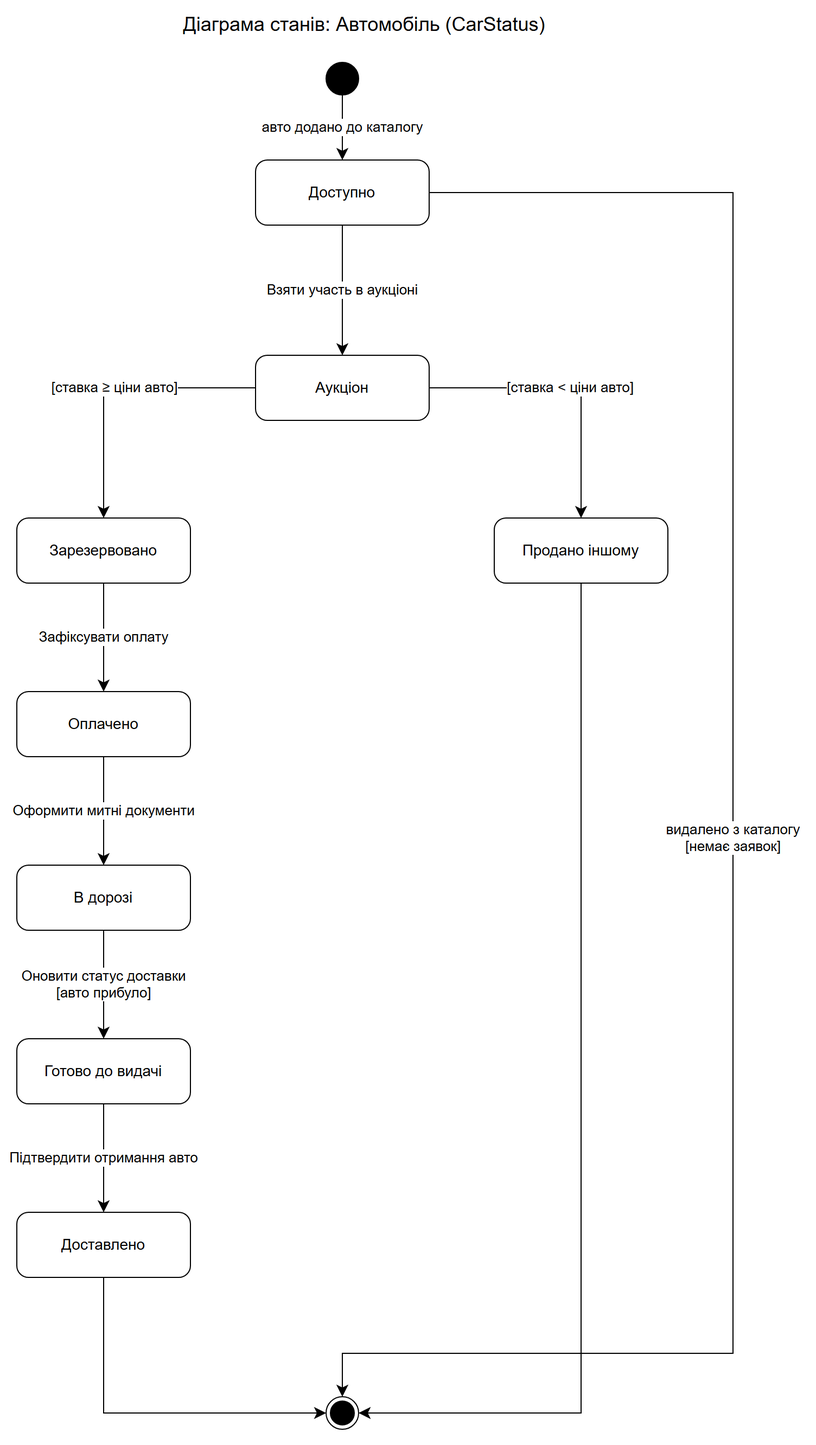
The draw.io diagram docs/diagrams/OOP4.drawio.png in timstt/car-shipping-system, before a commit. Source tidied: cells renumbered, new cells last; positions are measured from the earlier drawing's top-left corner, leaving out a move shared by most shapes. The source it was exported from:
```xml
<mxGraphModel>
  <root>
    <mxCell id="0" />
    <mxCell id="1" parent="0" />
    <mxCell id="2" value="Діаграма станів: Автомобіль (CarStatus)" style="text;html=1;align=center;verticalAlign=middle;fontSize=18;" parent="1" vertex="1">
      <mxGeometry x="60" width="520" height="30" as="geometry" />
    </mxCell>
    <mxCell id="3" style="ellipse;html=1;fillColor=#000000;strokeColor=#000000;" parent="1" vertex="1">
      <mxGeometry x="285" y="50" width="30" height="30" as="geometry" />
    </mxCell>
    <mxCell id="4" value="Доступно" style="rounded=1;whiteSpace=wrap;html=1;fontSize=14;arcSize=18;" parent="1" vertex="1">
      <mxGeometry x="220" y="140" width="160" height="60" as="geometry" />
    </mxCell>
    <mxCell id="5" value="Аукціон" style="rounded=1;whiteSpace=wrap;html=1;fontSize=14;arcSize=18;" parent="1" vertex="1">
      <mxGeometry x="220" y="320" width="160" height="60" as="geometry" />
    </mxCell>
    <mxCell id="6" value="Зарезервовано" style="rounded=1;whiteSpace=wrap;html=1;fontSize=14;arcSize=18;" parent="1" vertex="1">
      <mxGeometry y="470" width="160" height="60" as="geometry" />
    </mxCell>
    <mxCell id="7" value="Оплачено" style="rounded=1;whiteSpace=wrap;html=1;fontSize=14;arcSize=18;" parent="1" vertex="1">
      <mxGeometry y="630" width="160" height="60" as="geometry" />
    </mxCell>
    <mxCell id="8" value="В дорозі" style="rounded=1;whiteSpace=wrap;html=1;fontSize=14;arcSize=18;" parent="1" vertex="1">
      <mxGeometry y="790" width="160" height="60" as="geometry" />
    </mxCell>
    <mxCell id="9" value="Готово до видачі" style="rounded=1;whiteSpace=wrap;html=1;fontSize=14;arcSize=18;" parent="1" vertex="1">
      <mxGeometry y="950" width="160" height="60" as="geometry" />
    </mxCell>
    <mxCell id="10" value="Доставлено" style="rounded=1;whiteSpace=wrap;html=1;fontSize=14;arcSize=18;" parent="1" vertex="1">
      <mxGeometry y="1110" width="160" height="60" as="geometry" />
    </mxCell>
    <mxCell id="11" value="Продано іншому" style="rounded=1;whiteSpace=wrap;html=1;fontSize=14;arcSize=18;" parent="1" vertex="1">
      <mxGeometry x="440" y="470" width="160" height="60" as="geometry" />
    </mxCell>
    <mxCell id="12" style="ellipse;html=1;shape=endState;fillColor=#000000;strokeColor=#000000;" parent="1" vertex="1">
      <mxGeometry x="285" y="1280" width="30" height="30" as="geometry" />
    </mxCell>
    <mxCell id="13" value="авто додано до каталогу" style="edgeStyle=orthogonalEdgeStyle;rounded=0;html=1;endArrow=classic;endSize=8;fontSize=13;labelBackgroundColor=#FFFFFF;" parent="1" edge="1" source="3" target="4">
      <mxGeometry relative="1" as="geometry" />
    </mxCell>
    <mxCell id="14" value="Взяти участь в аукціоні" style="edgeStyle=orthogonalEdgeStyle;rounded=0;html=1;endArrow=classic;endSize=8;fontSize=13;labelBackgroundColor=#FFFFFF;" parent="1" edge="1" source="4" target="5">
      <mxGeometry relative="1" as="geometry" />
    </mxCell>
    <mxCell id="15" value="[ставка ≥ ціни авто]" style="edgeStyle=orthogonalEdgeStyle;rounded=0;html=1;endArrow=classic;endSize=8;fontSize=13;labelBackgroundColor=#FFFFFF;exitX=0;exitY=0.5;exitDx=0;exitDy=0;entryX=0.5;entryY=0;entryDx=0;entryDy=0;" parent="1" edge="1" source="5" target="6">
      <mxGeometry relative="1" as="geometry">
        <Array as="points">
          <mxPoint x="80" y="350" />
        </Array>
      </mxGeometry>
    </mxCell>
    <mxCell id="16" value="[ставка &lt; ціни авто]" style="edgeStyle=orthogonalEdgeStyle;rounded=0;html=1;endArrow=classic;endSize=8;fontSize=13;labelBackgroundColor=#FFFFFF;exitX=1;exitY=0.5;exitDx=0;exitDy=0;entryX=0.5;entryY=0;entryDx=0;entryDy=0;" parent="1" edge="1" source="5" target="11">
      <mxGeometry relative="1" as="geometry">
        <Array as="points">
          <mxPoint x="520" y="350" />
        </Array>
      </mxGeometry>
    </mxCell>
    <mxCell id="17" value="Зафіксувати оплату" style="edgeStyle=orthogonalEdgeStyle;rounded=0;html=1;endArrow=classic;endSize=8;fontSize=13;labelBackgroundColor=#FFFFFF;" parent="1" edge="1" source="6" target="7">
      <mxGeometry relative="1" as="geometry" />
    </mxCell>
    <mxCell id="18" value="Оформити митні документи" style="edgeStyle=orthogonalEdgeStyle;rounded=0;html=1;endArrow=classic;endSize=8;fontSize=13;labelBackgroundColor=#FFFFFF;" parent="1" edge="1" source="7" target="8">
      <mxGeometry relative="1" as="geometry" />
    </mxCell>
    <mxCell id="19" value="Оновити статус доставки&lt;br&gt;[авто прибуло]" style="edgeStyle=orthogonalEdgeStyle;rounded=0;html=1;endArrow=classic;endSize=8;fontSize=13;labelBackgroundColor=#FFFFFF;" parent="1" edge="1" source="8" target="9">
      <mxGeometry relative="1" as="geometry" />
    </mxCell>
    <mxCell id="20" value="Підтвердити отримання авто" style="edgeStyle=orthogonalEdgeStyle;rounded=0;html=1;endArrow=classic;endSize=8;fontSize=13;labelBackgroundColor=#FFFFFF;" parent="1" edge="1" source="9" target="10">
      <mxGeometry relative="1" as="geometry" />
    </mxCell>
    <mxCell id="21" style="edgeStyle=orthogonalEdgeStyle;rounded=0;html=1;endArrow=classic;endSize=8;fontSize=13;labelBackgroundColor=#FFFFFF;exitX=0.5;exitY=1;exitDx=0;exitDy=0;entryX=0;entryY=0.5;entryDx=0;entryDy=0;" parent="1" edge="1" source="10" target="12">
      <mxGeometry relative="1" as="geometry">
        <Array as="points">
          <mxPoint x="80" y="1295" />
        </Array>
      </mxGeometry>
    </mxCell>
    <mxCell id="22" style="edgeStyle=orthogonalEdgeStyle;rounded=0;html=1;endArrow=classic;endSize=8;fontSize=13;labelBackgroundColor=#FFFFFF;exitX=0.5;exitY=1;exitDx=0;exitDy=0;entryX=1;entryY=0.5;entryDx=0;entryDy=0;" parent="1" edge="1" source="11" target="12">
      <mxGeometry relative="1" as="geometry">
        <Array as="points">
          <mxPoint x="520" y="1295" />
        </Array>
      </mxGeometry>
    </mxCell>
    <mxCell id="23" value="видалено з каталогу&lt;br&gt;[немає заявок]" style="edgeStyle=orthogonalEdgeStyle;rounded=0;html=1;endArrow=classic;endSize=8;fontSize=13;labelBackgroundColor=#FFFFFF;exitX=1;exitY=0.5;exitDx=0;exitDy=0;entryX=0.5;entryY=0;entryDx=0;entryDy=0;" parent="1" edge="1" source="4" target="12">
      <mxGeometry relative="1" as="geometry">
        <Array as="points">
          <mxPoint x="660" y="170" />
          <mxPoint x="660" y="1240" />
          <mxPoint x="300" y="1240" />
        </Array>
      </mxGeometry>
    </mxCell>
  </root>
</mxGraphModel>
```
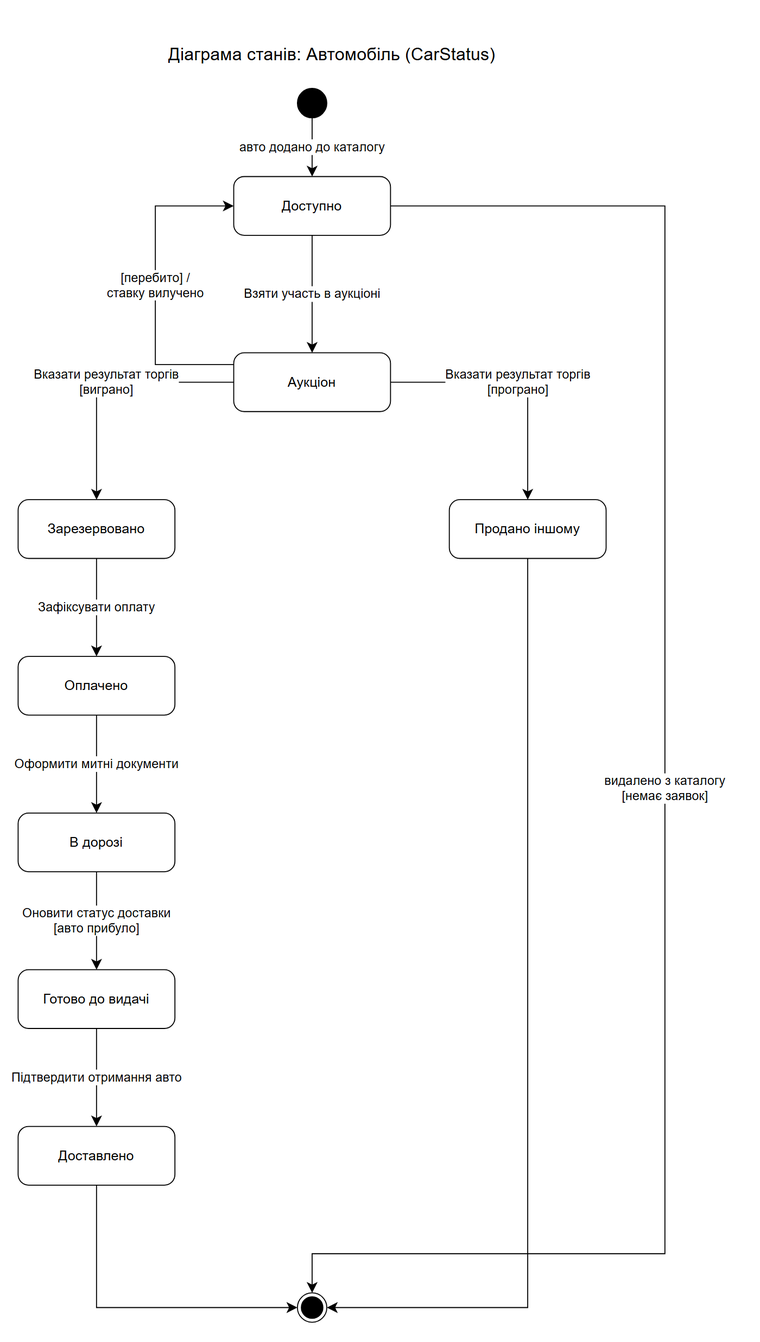
The same diagram one commit later.

Change to the diagram source:
```diff
@@ -41,14 +41,14 @@
     <mxCell id="14" value="Взяти участь в аукціоні" style="edgeStyle=orthogonalEdgeStyle;rounded=0;html=1;endArrow=classic;endSize=8;fontSize=13;labelBackgroundColor=#FFFFFF;" parent="1" edge="1" source="4" target="5">
       <mxGeometry relative="1" as="geometry" />
     </mxCell>
-    <mxCell id="15" value="[ставка ≥ ціни авто]" style="edgeStyle=orthogonalEdgeStyle;rounded=0;html=1;endArrow=classic;endSize=8;fontSize=13;labelBackgroundColor=#FFFFFF;exitX=0;exitY=0.5;exitDx=0;exitDy=0;entryX=0.5;entryY=0;entryDx=0;entryDy=0;" parent="1" edge="1" source="5" target="6">
+    <mxCell id="15" value="Вказати результат торгів&lt;br&gt;[виграно]" style="edgeStyle=orthogonalEdgeStyle;rounded=0;html=1;endArrow=classic;endSize=8;fontSize=13;labelBackgroundColor=#FFFFFF;exitX=0;exitY=0.5;exitDx=0;exitDy=0;entryX=0.5;entryY=0;entryDx=0;entryDy=0;" parent="1" edge="1" source="5" target="6">
       <mxGeometry relative="1" as="geometry">
         <Array as="points">
           <mxPoint x="80" y="350" />
         </Array>
       </mxGeometry>
     </mxCell>
-    <mxCell id="16" value="[ставка &lt; ціни авто]" style="edgeStyle=orthogonalEdgeStyle;rounded=0;html=1;endArrow=classic;endSize=8;fontSize=13;labelBackgroundColor=#FFFFFF;exitX=1;exitY=0.5;exitDx=0;exitDy=0;entryX=0.5;entryY=0;entryDx=0;entryDy=0;" parent="1" edge="1" source="5" target="11">
+    <mxCell id="16" value="Вказати результат торгів&lt;br&gt;[програно]" style="edgeStyle=orthogonalEdgeStyle;rounded=0;html=1;endArrow=classic;endSize=8;fontSize=13;labelBackgroundColor=#FFFFFF;exitX=1;exitY=0.5;exitDx=0;exitDy=0;entryX=0.5;entryY=0;entryDx=0;entryDy=0;" parent="1" edge="1" source="5" target="11">
       <mxGeometry relative="1" as="geometry">
         <Array as="points">
           <mxPoint x="520" y="350" />
@@ -90,5 +90,13 @@
         </Array>
       </mxGeometry>
     </mxCell>
+    <mxCell id="24" value="[перебито] /&lt;br&gt;ставку вилучено" style="edgeStyle=orthogonalEdgeStyle;rounded=0;html=1;endArrow=classic;endSize=8;fontSize=13;labelBackgroundColor=#FFFFFF;exitX=0;exitY=0.2;exitDx=0;exitDy=0;entryX=0;entryY=0.5;entryDx=0;entryDy=0;" parent="1" edge="1" source="5" target="4">
+      <mxGeometry relative="1" as="geometry">
+        <Array as="points">
+          <mxPoint x="140" y="332" />
+          <mxPoint x="140" y="170" />
+        </Array>
+      </mxGeometry>
+    </mxCell>
   </root>
 </mxGraphModel>
```
